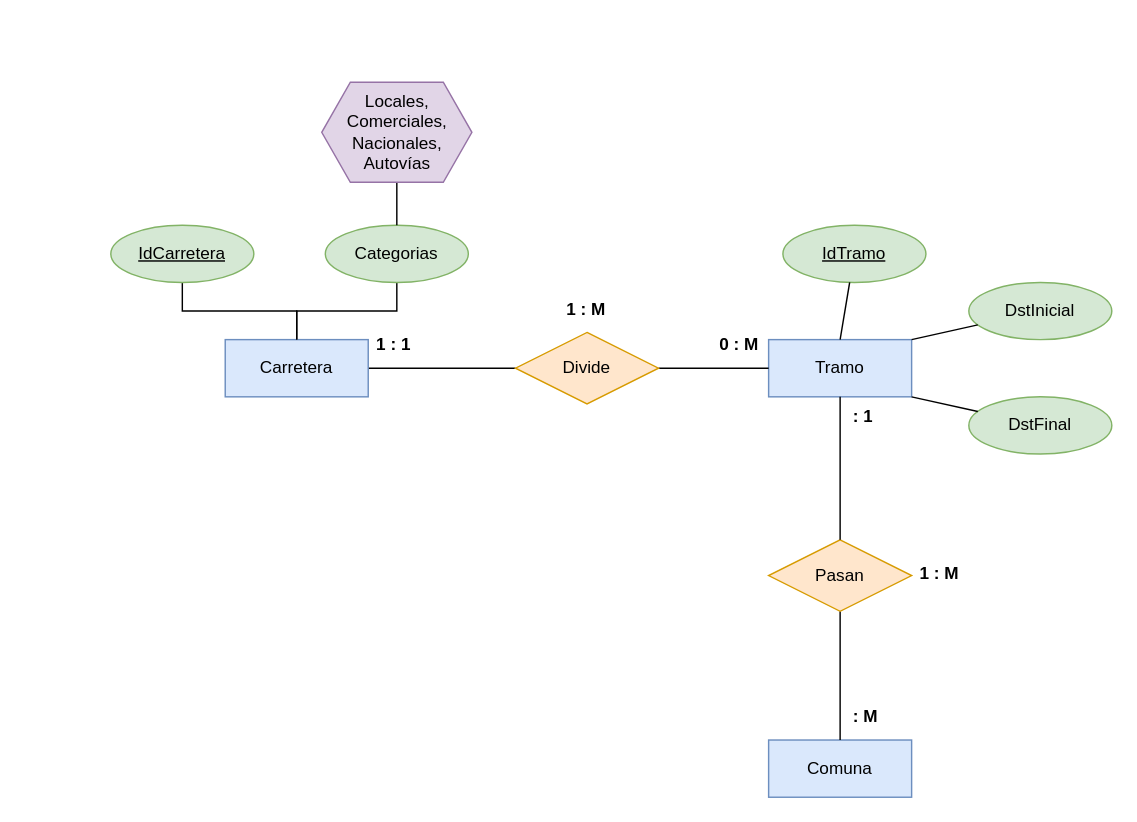
Before: Progreso_1/TareaGrupal_P1_Diagrama_2.drawio in AngelDavidStudios/Diagramas_BdD_1, a draw.io diagram. Source tidied: cells renumbered, new cells numbered last; positions are measured from the earlier drawing's top-left corner, leaving out a move shared by most shapes. Both pictures are drawn from the tidied source at 143%, with x=0, y=0 at pixel (110, 82).
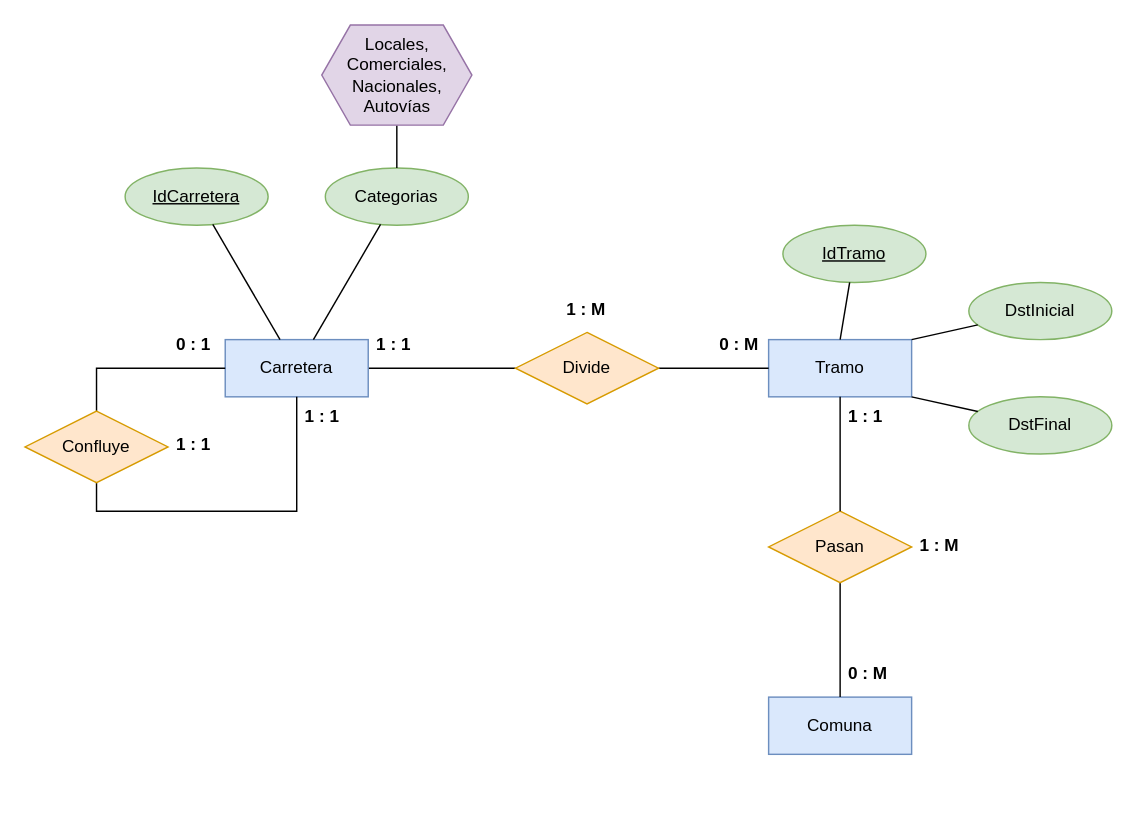
The same diagram, later.

The change refers to these unchanged cells:
```xml
<mxCell id="3" value="Carretera" style="whiteSpace=wrap;html=1;align=center;fillColor=#dae8fc;strokeColor=#6c8ebf;" parent="1" vertex="1">
  <mxGeometry x="80" y="180" width="100" height="40" as="geometry" />
</mxCell>
```

Change to the diagram source:
```diff
@@
     <mxCell id="5" value="Comuna" style="whiteSpace=wrap;html=1;align=center;fillColor=#dae8fc;strokeColor=#6c8ebf;" parent="1" vertex="1">
-      <mxGeometry x="460" y="460" width="100" height="40" as="geometry" />
+      <mxGeometry x="460" y="430" width="100" height="40" as="geometry" />
     </mxCell>
-    <mxCell id="6" style="edgeStyle=orthogonalEdgeStyle;rounded=0;jettySize=auto;html=1;entryX=0.5;entryY=0;entryDx=0;entryDy=0;endArrow=none;endFill=0;" parent="1" edge="1" source="7" target="3">
-      <mxGeometry relative="1" as="geometry" />
-    </mxCell>
     <mxCell id="7" value="Categorias" style="ellipse;whiteSpace=wrap;html=1;align=center;fillColor=#d5e8d4;strokeColor=#82b366;" parent="1" vertex="1">
-      <mxGeometry x="150" y="100" width="100" height="40" as="geometry" />
+      <mxGeometry x="150" y="60" width="100" height="40" as="geometry" />
     </mxCell>
-    <mxCell id="8" style="edgeStyle=orthogonalEdgeStyle;rounded=0;jettySize=auto;html=1;entryX=0.5;entryY=0;entryDx=0;entryDy=0;endArrow=none;endFill=0;" parent="1" edge="1" source="9" target="3">
-      <mxGeometry relative="1" as="geometry" />
-    </mxCell>
     <mxCell id="9" value="IdCarretera" style="ellipse;whiteSpace=wrap;html=1;align=center;fillColor=#d5e8d4;strokeColor=#82b366;fontStyle=4;" parent="1" vertex="1">
-      <mxGeometry y="100" width="100" height="40" as="geometry" />
+      <mxGeometry x="10" y="60" width="100" height="40" as="geometry" />
     </mxCell>
@@
     <mxCell id="11" value="Locales,&lt;div&gt;Comerciales,&lt;/div&gt;&lt;div&gt;Nacionales,&lt;/div&gt;&lt;div&gt;Autovías&lt;/div&gt;" style="shape=hexagon;perimeter=hexagonPerimeter2;whiteSpace=wrap;html=1;fixedSize=1;fillColor=#e1d5e7;strokeColor=#9673a6;" parent="1" vertex="1">
-      <mxGeometry x="147.5" width="105" height="70" as="geometry" />
+      <mxGeometry x="147.5" y="-40" width="105" height="70" as="geometry" />
     </mxCell>
@@
     <mxCell id="17" style="edgeStyle=orthogonalEdgeStyle;rounded=0;jettySize=auto;html=1;entryX=0.5;entryY=0;entryDx=0;entryDy=0;endArrow=none;endFill=0;" parent="1" edge="1" source="18" target="5">
       <mxGeometry relative="1" as="geometry">
         <Array as="points">
-          <mxPoint x="510" y="410" />
-          <mxPoint x="510" y="410" />
+          <mxPoint x="510" y="390" />
+          <mxPoint x="510" y="390" />
         </Array>
       </mxGeometry>
     </mxCell>
     <mxCell id="18" value="Pasan" style="shape=rhombus;perimeter=rhombusPerimeter;whiteSpace=wrap;html=1;align=center;fillColor=#ffe6cc;strokeColor=#d79b00;" parent="1" vertex="1">
-      <mxGeometry x="460" y="320" width="100" height="50" as="geometry" />
+      <mxGeometry x="460" y="300" width="100" height="50" as="geometry" />
     </mxCell>
@@
     <mxCell id="20" value="1 : M" style="text;strokeColor=none;fillColor=none;spacingLeft=4;spacingRight=4;overflow=hidden;fontSize=12;whiteSpace=wrap;html=1;fontStyle=1;" parent="1" vertex="1">
-      <mxGeometry x="560" y="330" width="40" height="30" as="geometry" />
+      <mxGeometry x="560" y="310" width="40" height="30" as="geometry" />
     </mxCell>
@@
-    <mxCell id="27" value="&amp;nbsp;: M" style="text;strokeColor=none;fillColor=none;spacingLeft=4;spacingRight=4;overflow=hidden;fontSize=12;whiteSpace=wrap;html=1;fontStyle=1;" parent="1" vertex="1">
-      <mxGeometry x="510" y="430" width="40" height="30" as="geometry" />
+    <mxCell id="27" value="0 : M" style="text;strokeColor=none;fillColor=none;spacingLeft=4;spacingRight=4;overflow=hidden;fontSize=12;whiteSpace=wrap;html=1;fontStyle=1;" parent="1" vertex="1">
+      <mxGeometry x="510" y="400" width="40" height="30" as="geometry" />
     </mxCell>
-    <mxCell id="28" value="&amp;nbsp;: 1" style="text;strokeColor=none;fillColor=none;spacingLeft=4;spacingRight=4;overflow=hidden;fontSize=12;whiteSpace=wrap;html=1;fontStyle=1;" parent="1" vertex="1">
+    <mxCell id="28" value="1 : 1" style="text;strokeColor=none;fillColor=none;spacingLeft=4;spacingRight=4;overflow=hidden;fontSize=12;whiteSpace=wrap;html=1;fontStyle=1;" parent="1" vertex="1">
       <mxGeometry x="510" y="220" width="40" height="30" as="geometry" />
     </mxCell>
+    <mxCell id="29" style="edgeStyle=orthogonalEdgeStyle;rounded=0;jettySize=auto;html=1;entryX=0;entryY=0.5;entryDx=0;entryDy=0;exitX=0.5;exitY=0;exitDx=0;exitDy=0;endArrow=none;endFill=0;" parent="1" edge="1" source="31" target="3">
+      <mxGeometry relative="1" as="geometry" />
+    </mxCell>
+    <mxCell id="30" style="edgeStyle=orthogonalEdgeStyle;rounded=0;jettySize=auto;html=1;entryX=0.5;entryY=1;entryDx=0;entryDy=0;exitX=0.5;exitY=1;exitDx=0;exitDy=0;endArrow=none;endFill=0;" parent="1" edge="1" source="31" target="3">
+      <mxGeometry relative="1" as="geometry" />
+    </mxCell>
+    <mxCell id="31" value="Confluye" style="shape=rhombus;perimeter=rhombusPerimeter;whiteSpace=wrap;html=1;align=center;fillColor=#ffe6cc;strokeColor=#d79b00;" parent="1" vertex="1">
+      <mxGeometry x="-60" y="230" width="100" height="50" as="geometry" />
+    </mxCell>
+    <mxCell id="32" value="1 : 1" style="text;strokeColor=none;fillColor=none;spacingLeft=4;spacingRight=4;overflow=hidden;fontSize=12;whiteSpace=wrap;html=1;fontStyle=1;" parent="1" vertex="1">
+      <mxGeometry x="40" y="240" width="40" height="30" as="geometry" />
+    </mxCell>
+    <mxCell id="33" value="1 : 1" style="text;strokeColor=none;fillColor=none;spacingLeft=4;spacingRight=4;overflow=hidden;fontSize=12;whiteSpace=wrap;html=1;fontStyle=1;" parent="1" vertex="1">
+      <mxGeometry x="130" y="220" width="40" height="30" as="geometry" />
+    </mxCell>
+    <mxCell id="34" value="0 : 1" style="text;strokeColor=none;fillColor=none;spacingLeft=4;spacingRight=4;overflow=hidden;fontSize=12;whiteSpace=wrap;html=1;fontStyle=1;" parent="1" vertex="1">
+      <mxGeometry x="40" y="170" width="40" height="30" as="geometry" />
+    </mxCell>
+    <mxCell id="8" style="endArrow=none;html=1;rounded=0;" parent="1" edge="1" source="9" target="3">
+      <mxGeometry relative="1" as="geometry" />
+    </mxCell>
+    <mxCell id="35" style="endArrow=none;html=1;rounded=0;" parent="1" edge="1" source="3" target="7">
+      <mxGeometry relative="1" as="geometry" />
+    </mxCell>
```
